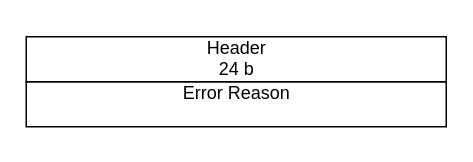
SamoKopecky/diploma-thesis-latex keeps this draw.io diagram as pictures/errort.drawio. Above is the earlier version. Source tidied: cells renumbered, new cells numbered last; positions are measured from the earlier drawing's top-left corner, leaving out a move shared by most shapes. Both pictures are drawn from the tidied source at 150%, with x=0, y=0 at pixel (26, 26).
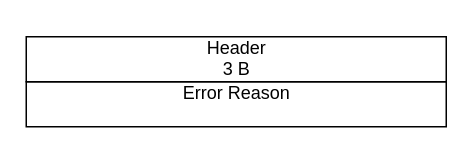
After the change.

What changed in the source:
```diff
@@
 <mxGraphModel>
   <root>
     <mxCell id="0" />
     <mxCell id="1" parent="0" />
     <mxCell id="2" style="group;" parent="1" vertex="1">
       <mxGeometry width="280" height="74" as="geometry" />
     </mxCell>
     <mxCell id="3" style="rounded=0;whiteSpace=wrap;html=1;fillColor=none;" parent="2" vertex="1">
       <mxGeometry y="7" width="280" height="30" as="geometry" />
     </mxCell>
     <mxCell id="4" value="&lt;span style=&quot;&quot;&gt;Header&lt;br&gt;&lt;/span&gt;" style="text;html=1;align=center;verticalAlign=middle;strokeColor=none;fillColor=none;" parent="2" vertex="1">
       <mxGeometry x="110" width="60" height="30" as="geometry" />
     </mxCell>
     <mxCell id="5" style="rounded=0;whiteSpace=wrap;html=1;fillColor=none;" parent="2" vertex="1">
       <mxGeometry y="37" width="280" height="30" as="geometry" />
     </mxCell>
     <mxCell id="6" value="&lt;span style=&quot;&quot;&gt;Error Reason&lt;br&gt;&lt;/span&gt;" style="text;html=1;align=center;verticalAlign=middle;strokeColor=none;fillColor=none;" parent="2" vertex="1">
       <mxGeometry x="95" y="30" width="90" height="30" as="geometry" />
     </mxCell>
-    <mxCell id="7" value="24 b" style="text;html=1;align=center;verticalAlign=middle;strokeColor=none;fillColor=none;" parent="2" vertex="1">
-      <mxGeometry x="115" y="14" width="50" height="30" as="geometry" />
+    <mxCell id="7" value="3 B" style="text;html=1;align=center;verticalAlign=middle;strokeColor=none;fillColor=none;" parent="2" vertex="1">
+      <mxGeometry x="120" y="14" width="40" height="30" as="geometry" />
     </mxCell>
   </root>
 </mxGraphModel>
```
